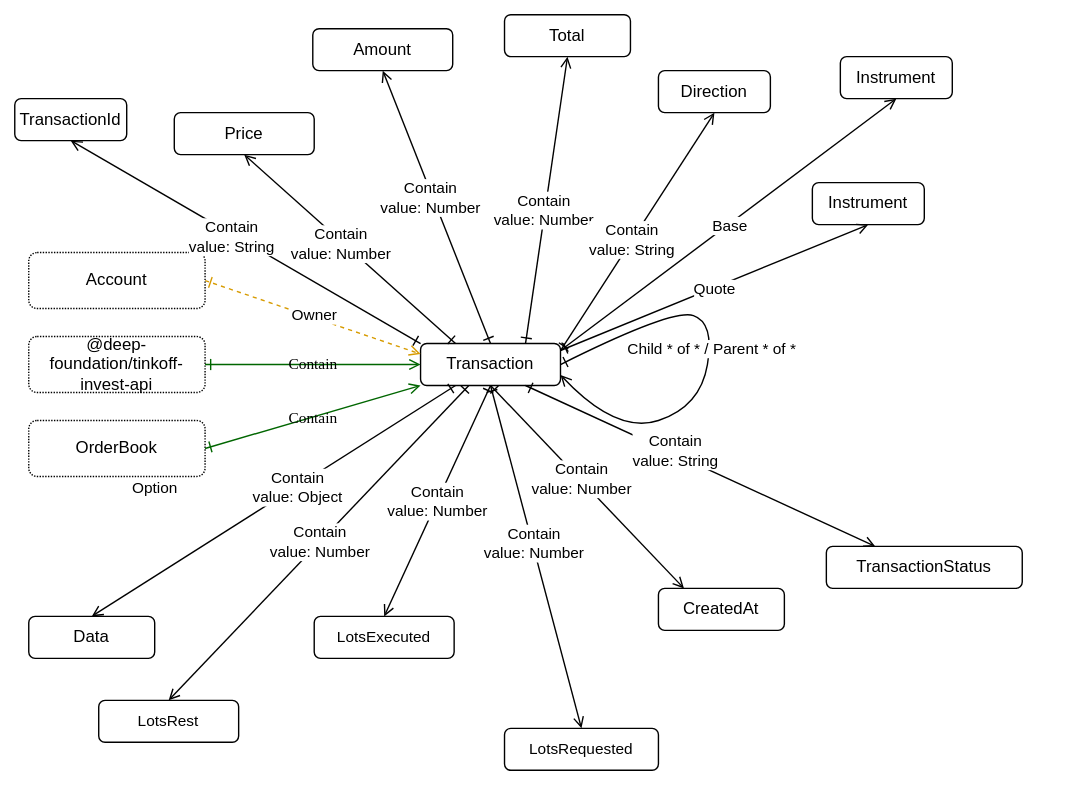
Earlier version of the draw.io export src/transaction/Transaction.drawio.svg (suenot/deep-tinkoff-invest-api). Source tidied: cells renumbered, new cells last; positions are measured from the earlier drawing's top-left corner, leaving out a move shared by most shapes.
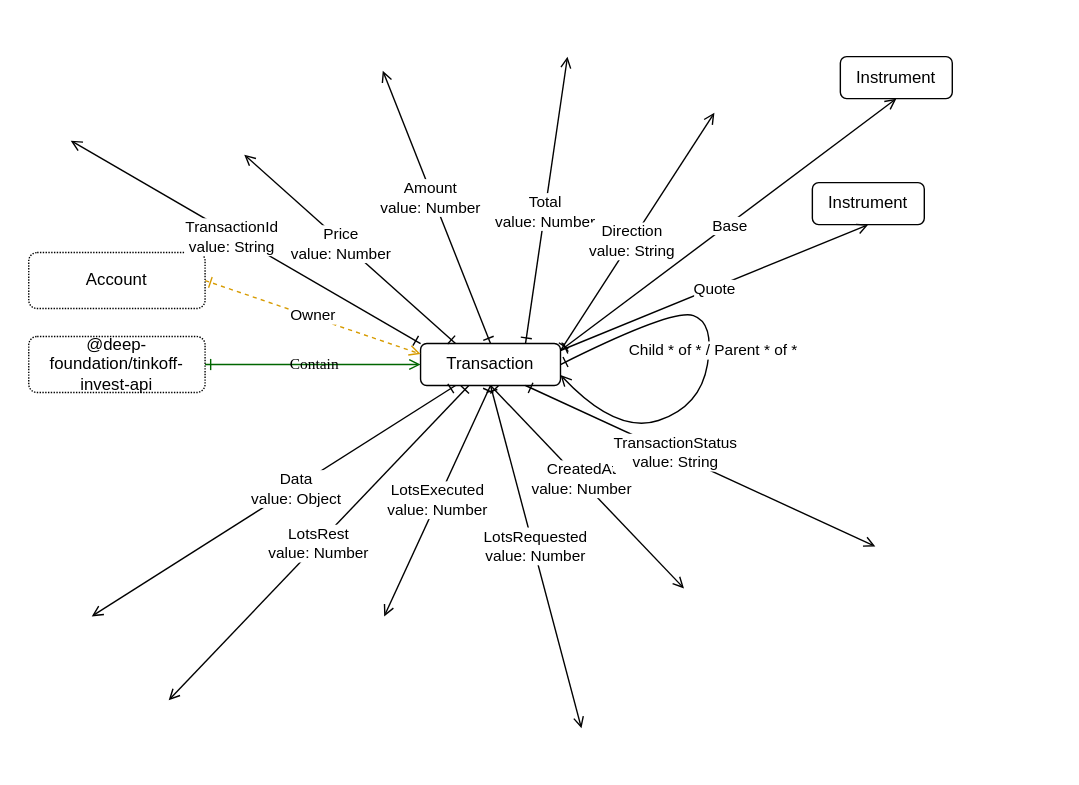
After the commit.

Commit message:
account, transaction

Diff of the diagram source:
```diff
@@ -5,47 +5,42 @@
     <mxCell id="2" style="rounded=0;whiteSpace=wrap;html=1;strokeColor=none;" parent="1" vertex="1">
       <mxGeometry width="770" height="560" as="geometry" />
     </mxCell>
-    <mxCell id="3" style="edgeStyle=none;html=1;exitX=0.5;exitY=0;exitDx=0;exitDy=0;entryX=0.5;entryY=1;entryDx=0;entryDy=0;startArrow=ERone;startFill=0;endArrow=open;endFill=0;" parent="1" edge="1" source="5" target="6">
-      <mxGeometry relative="1" as="geometry" />
+    <mxCell id="3" style="edgeStyle=none;html=1;exitX=0.5;exitY=0;exitDx=0;exitDy=0;entryX=0.5;entryY=1;entryDx=0;entryDy=0;startArrow=ERone;startFill=0;endArrow=open;endFill=0;" parent="1" edge="1" source="5">
+      <mxGeometry relative="1" as="geometry">
+        <mxPoint x="273" y="50" as="targetPoint" />
+      </mxGeometry>
     </mxCell>
-    <mxCell id="4" value="Contain&lt;br&gt;value: Number" style="edgeLabel;html=1;align=center;verticalAlign=middle;" parent="3" vertex="1">
+    <mxCell id="4" value="Amount&lt;br&gt;value: Number" style="edgeLabel;html=1;align=center;verticalAlign=middle;" parent="3" vertex="1">
       <mxGeometry x="0.08" y="2" relative="1" as="geometry" />
     </mxCell>
     <mxCell id="5" value="Transaction" style="rounded=1;whiteSpace=wrap;html=1;labelBackgroundColor=none;" parent="1" vertex="1">
       <mxGeometry x="300" y="245" width="100" height="30" as="geometry" />
     </mxCell>
-    <mxCell id="6" value="Amount" style="rounded=1;whiteSpace=wrap;html=1;labelBackgroundColor=none;" parent="1" vertex="1">
-      <mxGeometry x="223" y="20" width="100" height="30" as="geometry" />
-    </mxCell>
-    <mxCell id="7" style="edgeStyle=none;html=1;exitX=0.75;exitY=0;exitDx=0;exitDy=0;startArrow=ERone;startFill=0;entryX=0.5;entryY=1;entryDx=0;entryDy=0;endArrow=open;endFill=0;" parent="1" edge="1" source="5" target="9">
-      <mxGeometry relative="1" as="geometry" />
+    <mxCell id="7" style="edgeStyle=none;html=1;exitX=0.75;exitY=0;exitDx=0;exitDy=0;startArrow=ERone;startFill=0;entryX=0.5;entryY=1;entryDx=0;entryDy=0;endArrow=open;endFill=0;" parent="1" edge="1" source="5">
+      <mxGeometry relative="1" as="geometry">
+        <mxPoint x="405" y="40" as="targetPoint" />
+      </mxGeometry>
     </mxCell>
-    <mxCell id="8" value="Contain&lt;br&gt;value: Number" style="edgeLabel;html=1;align=center;verticalAlign=middle;" parent="7" vertex="1">
+    <mxCell id="8" value="Total&lt;br&gt;value: Number" style="edgeLabel;html=1;align=center;verticalAlign=middle;" parent="7" vertex="1">
       <mxGeometry x="-0.07" y="1" relative="1" as="geometry" />
     </mxCell>
-    <mxCell id="9" value="Total" style="rounded=1;whiteSpace=wrap;html=1;labelBackgroundColor=none;" parent="1" vertex="1">
-      <mxGeometry x="360" y="10" width="90" height="30" as="geometry" />
-    </mxCell>
-    <mxCell id="10" value="Direction" style="rounded=1;whiteSpace=wrap;html=1;labelBackgroundColor=none;" parent="1" vertex="1">
-      <mxGeometry x="470" y="50" width="80" height="30" as="geometry" />
-    </mxCell>
-    <mxCell id="11" style="edgeStyle=none;html=1;startArrow=ERone;startFill=0;entryX=0.5;entryY=1;entryDx=0;entryDy=0;endArrow=open;endFill=0;strokeColor=#000000;" parent="1" edge="1" target="10">
+    <mxCell id="11" style="edgeStyle=none;html=1;startArrow=ERone;startFill=0;entryX=0.5;entryY=1;entryDx=0;entryDy=0;endArrow=open;endFill=0;strokeColor=#000000;" parent="1" edge="1">
       <mxGeometry relative="1" as="geometry">
         <mxPoint x="400" y="250" as="sourcePoint" />
+        <mxPoint x="510" y="80" as="targetPoint" />
       </mxGeometry>
     </mxCell>
-    <mxCell id="12" value="Contain&lt;br&gt;value: String" style="edgeLabel;html=1;align=center;verticalAlign=middle;" parent="11" vertex="1">
+    <mxCell id="12" value="Direction&lt;br&gt;value: String" style="edgeLabel;html=1;align=center;verticalAlign=middle;" parent="11" vertex="1">
       <mxGeometry x="-0.07" y="1" relative="1" as="geometry" />
     </mxCell>
-    <mxCell id="13" style="edgeStyle=none;html=1;exitX=0.25;exitY=0;exitDx=0;exitDy=0;startArrow=ERone;startFill=0;endArrow=open;endFill=0;entryX=0.5;entryY=1;entryDx=0;entryDy=0;" parent="1" edge="1" source="5" target="15">
-      <mxGeometry relative="1" as="geometry" />
+    <mxCell id="13" style="edgeStyle=none;html=1;exitX=0.25;exitY=0;exitDx=0;exitDy=0;startArrow=ERone;startFill=0;endArrow=open;endFill=0;entryX=0.5;entryY=1;entryDx=0;entryDy=0;" parent="1" edge="1" source="5">
+      <mxGeometry relative="1" as="geometry">
+        <mxPoint x="174" y="110" as="targetPoint" />
+      </mxGeometry>
     </mxCell>
-    <mxCell id="14" value="Contain&lt;br&gt;value: Number" style="edgeLabel;html=1;align=center;verticalAlign=middle;" parent="13" vertex="1">
+    <mxCell id="14" value="Price&lt;br&gt;value: Number" style="edgeLabel;html=1;align=center;verticalAlign=middle;" parent="13" vertex="1">
       <mxGeometry x="0.08" y="2" relative="1" as="geometry" />
     </mxCell>
-    <mxCell id="15" value="Price" style="rounded=1;whiteSpace=wrap;html=1;labelBackgroundColor=none;" parent="1" vertex="1">
-      <mxGeometry x="124" y="80" width="100" height="30" as="geometry" />
-    </mxCell>
     <mxCell id="16" style="edgeStyle=none;html=1;exitX=1;exitY=0.5;exitDx=0;exitDy=0;startArrow=ERone;startFill=0;entryX=0;entryY=0.25;entryDx=0;entryDy=0;endArrow=open;endFill=0;dashed=1;strokeColor=#D79B00;" parent="1" edge="1" source="18" target="5">
       <mxGeometry relative="1" as="geometry" />
     </mxCell>
@@ -61,61 +56,49 @@
     <mxCell id="20" value="Contain" style="jettySize=auto;html=1;shadow=0;labelBackgroundColor=none;startArrow=ERone;startFill=0;endArrow=open;endFill=0;fontColor=#000000;fontFamily=Comic Sans MS;entryX=0;entryY=0.5;entryDx=0;entryDy=0;exitX=1;exitY=0.5;exitDx=0;exitDy=0;strokeColor=#006600;" parent="1" edge="1" source="19" target="5">
       <mxGeometry relative="1" as="geometry" />
     </mxCell>
-    <mxCell id="21" value="CreatedAt" style="rounded=1;whiteSpace=wrap;html=1;labelBackgroundColor=none;" parent="1" vertex="1">
-      <mxGeometry x="470" y="420" width="90" height="30" as="geometry" />
-    </mxCell>
-    <mxCell id="22" style="edgeStyle=none;html=1;exitX=0.5;exitY=1;exitDx=0;exitDy=0;startArrow=ERone;startFill=0;entryX=0.203;entryY=0;entryDx=0;entryDy=0;endArrow=open;endFill=0;entryPerimeter=0;strokeColor=#000000;" parent="1" edge="1" source="5" target="21">
-      <mxGeometry relative="1" as="geometry" />
+    <mxCell id="22" style="edgeStyle=none;html=1;exitX=0.5;exitY=1;exitDx=0;exitDy=0;startArrow=ERone;startFill=0;entryX=0.203;entryY=0;entryDx=0;entryDy=0;endArrow=open;endFill=0;entryPerimeter=0;strokeColor=#000000;" parent="1" edge="1" source="5">
+      <mxGeometry relative="1" as="geometry">
+        <mxPoint x="488.3" y="420" as="targetPoint" />
+      </mxGeometry>
     </mxCell>
-    <mxCell id="23" value="Contain&lt;br&gt;value: Number" style="edgeLabel;html=1;align=center;verticalAlign=middle;" parent="22" vertex="1">
+    <mxCell id="23" value="CreatedAt&lt;br&gt;value: Number" style="edgeLabel;html=1;align=center;verticalAlign=middle;" parent="22" vertex="1">
       <mxGeometry x="-0.07" y="1" relative="1" as="geometry" />
     </mxCell>
-    <mxCell id="24" value="OrderBook" style="rounded=1;whiteSpace=wrap;html=1;labelBackgroundColor=none;dashed=1;dashPattern=1 1;" parent="1" vertex="1">
-      <mxGeometry x="20" y="300" width="126" height="40" as="geometry" />
-    </mxCell>
-    <mxCell id="25" value="Contain" style="jettySize=auto;html=1;shadow=0;labelBackgroundColor=none;startArrow=ERone;startFill=0;endArrow=open;endFill=0;fontColor=#000000;fontFamily=Comic Sans MS;entryX=0;entryY=1;entryDx=0;entryDy=0;exitX=1;exitY=0.5;exitDx=0;exitDy=0;strokeColor=#006600;" parent="1" edge="1" source="24" target="5">
-      <mxGeometry relative="1" as="geometry" />
-    </mxCell>
-    <mxCell id="26" value="TransactionId" style="rounded=1;whiteSpace=wrap;html=1;labelBackgroundColor=none;" parent="1" vertex="1">
-      <mxGeometry x="10" y="70" width="80" height="30" as="geometry" />
-    </mxCell>
-    <mxCell id="27" style="edgeStyle=none;html=1;exitX=0;exitY=0;exitDx=0;exitDy=0;startArrow=ERone;startFill=0;endArrow=open;endFill=0;entryX=0.5;entryY=1;entryDx=0;entryDy=0;" parent="1" edge="1" source="5" target="26">
-      <mxGeometry relative="1" as="geometry" />
+    <mxCell id="27" style="edgeStyle=none;html=1;exitX=0;exitY=0;exitDx=0;exitDy=0;startArrow=ERone;startFill=0;endArrow=open;endFill=0;entryX=0.5;entryY=1;entryDx=0;entryDy=0;" parent="1" edge="1" source="5">
+      <mxGeometry relative="1" as="geometry">
+        <mxPoint x="50" y="100" as="targetPoint" />
+      </mxGeometry>
     </mxCell>
-    <mxCell id="28" value="Contain&lt;br&gt;value: String" style="edgeLabel;html=1;align=center;verticalAlign=middle;" parent="27" vertex="1">
+    <mxCell id="28" value="TransactionId&lt;br&gt;value: String" style="edgeLabel;html=1;align=center;verticalAlign=middle;" parent="27" vertex="1">
       <mxGeometry x="0.08" y="2" relative="1" as="geometry" />
     </mxCell>
-    <mxCell id="29" value="&lt;span style=&quot;font-size: 11px ; background-color: rgb(255 , 255 , 255)&quot;&gt;LotsRequested&lt;/span&gt;" style="rounded=1;whiteSpace=wrap;html=1;labelBackgroundColor=none;" parent="1" vertex="1">
-      <mxGeometry x="360" y="520" width="110" height="30" as="geometry" />
-    </mxCell>
-    <mxCell id="30" style="edgeStyle=none;html=1;exitX=0.5;exitY=1;exitDx=0;exitDy=0;startArrow=ERone;startFill=0;entryX=0.5;entryY=0;entryDx=0;entryDy=0;endArrow=open;endFill=0;strokeColor=#000000;" parent="1" edge="1" source="5" target="29">
-      <mxGeometry relative="1" as="geometry" />
+    <mxCell id="30" style="edgeStyle=none;html=1;exitX=0.5;exitY=1;exitDx=0;exitDy=0;startArrow=ERone;startFill=0;entryX=0.5;entryY=0;entryDx=0;entryDy=0;endArrow=open;endFill=0;strokeColor=#000000;" parent="1" edge="1" source="5">
+      <mxGeometry relative="1" as="geometry">
+        <mxPoint x="415" y="520" as="targetPoint" />
+      </mxGeometry>
     </mxCell>
-    <mxCell id="31" value="Contain&lt;br&gt;value: Number" style="edgeLabel;html=1;align=center;verticalAlign=middle;" parent="30" vertex="1">
+    <mxCell id="31" value="LotsRequested&lt;br&gt;value: Number" style="edgeLabel;html=1;align=center;verticalAlign=middle;" parent="30" vertex="1">
       <mxGeometry x="-0.07" y="1" relative="1" as="geometry" />
     </mxCell>
-    <mxCell id="32" value="&lt;span style=&quot;font-size: 11px ; background-color: rgb(255 , 255 , 255)&quot;&gt;LotsExecuted&lt;/span&gt;" style="rounded=1;whiteSpace=wrap;html=1;labelBackgroundColor=none;" parent="1" vertex="1">
-      <mxGeometry x="224" y="440" width="100" height="30" as="geometry" />
-    </mxCell>
-    <mxCell id="33" value="Contain&lt;br&gt;value: Number" style="edgeStyle=none;html=1;exitX=0.5;exitY=1;exitDx=0;exitDy=0;startArrow=ERone;startFill=0;entryX=0.5;entryY=0;entryDx=0;entryDy=0;endArrow=open;endFill=0;strokeColor=#000000;" parent="1" edge="1" source="5" target="32">
-      <mxGeometry relative="1" as="geometry" />
+    <mxCell id="33" value="LotsExecuted&lt;br&gt;value: Number" style="edgeStyle=none;html=1;exitX=0.5;exitY=1;exitDx=0;exitDy=0;startArrow=ERone;startFill=0;entryX=0.5;entryY=0;entryDx=0;entryDy=0;endArrow=open;endFill=0;strokeColor=#000000;" parent="1" edge="1" source="5">
+      <mxGeometry relative="1" as="geometry">
+        <mxPoint x="274" y="440" as="targetPoint" />
+      </mxGeometry>
     </mxCell>
-    <mxCell id="34" value="Data" style="rounded=1;whiteSpace=wrap;html=1;labelBackgroundColor=none;" parent="1" vertex="1">
-      <mxGeometry x="20" y="440" width="90" height="30" as="geometry" />
-    </mxCell>
-    <mxCell id="35" style="edgeStyle=none;html=1;exitX=0.25;exitY=1;exitDx=0;exitDy=0;startArrow=ERone;startFill=0;entryX=0.5;entryY=0;entryDx=0;entryDy=0;endArrow=open;endFill=0;" parent="1" edge="1" source="5" target="34">
-      <mxGeometry relative="1" as="geometry" />
+    <mxCell id="35" style="edgeStyle=none;html=1;exitX=0.25;exitY=1;exitDx=0;exitDy=0;startArrow=ERone;startFill=0;entryX=0.5;entryY=0;entryDx=0;entryDy=0;endArrow=open;endFill=0;" parent="1" edge="1" source="5">
+      <mxGeometry relative="1" as="geometry">
+        <mxPoint x="65" y="440" as="targetPoint" />
+      </mxGeometry>
     </mxCell>
-    <mxCell id="36" value="Contain&lt;br&gt;value: Object" style="edgeLabel;html=1;align=center;verticalAlign=middle;" parent="35" vertex="1">
+    <mxCell id="36" value="Data&lt;br&gt;value: Object" style="edgeLabel;html=1;align=center;verticalAlign=middle;" parent="35" vertex="1">
       <mxGeometry x="-0.12" relative="1" as="geometry" />
     </mxCell>
-    <mxCell id="37" value="&lt;span&gt;TransactionStatus&lt;/span&gt;" style="rounded=1;whiteSpace=wrap;html=1;labelBackgroundColor=none;" parent="1" vertex="1">
-      <mxGeometry x="590" y="390" width="140" height="30" as="geometry" />
-    </mxCell>
-    <mxCell id="38" style="edgeStyle=none;html=1;exitX=0.75;exitY=1;exitDx=0;exitDy=0;startArrow=ERone;startFill=0;entryX=0.25;entryY=0;entryDx=0;entryDy=0;endArrow=open;endFill=0;strokeColor=#000000;" parent="1" edge="1" source="5" target="37">
-      <mxGeometry relative="1" as="geometry" />
+    <mxCell id="38" style="edgeStyle=none;html=1;exitX=0.75;exitY=1;exitDx=0;exitDy=0;startArrow=ERone;startFill=0;entryX=0.25;entryY=0;entryDx=0;entryDy=0;endArrow=open;endFill=0;strokeColor=#000000;" parent="1" edge="1" source="5">
+      <mxGeometry relative="1" as="geometry">
+        <mxPoint x="625" y="390" as="targetPoint" />
+      </mxGeometry>
     </mxCell>
-    <mxCell id="39" value="Contain&lt;br&gt;value: String" style="edgeLabel;html=1;align=center;verticalAlign=middle;" parent="38" vertex="1">
+    <mxCell id="39" value="TransactionStatus&lt;br&gt;value: String" style="edgeLabel;html=1;align=center;verticalAlign=middle;" parent="38" vertex="1">
       <mxGeometry x="-0.16" y="2" relative="1" as="geometry" />
     </mxCell>
     <mxCell id="40" style="edgeStyle=none;html=1;startArrow=ERone;startFill=0;endArrow=open;endFill=0;strokeColor=#000000;exitX=1;exitY=0.5;exitDx=0;exitDy=0;curved=1;entryX=1;entryY=0.75;entryDx=0;entryDy=0;" parent="1" edge="1" source="5" target="5">
@@ -153,14 +136,10 @@
     <mxCell id="47" value="Base" style="edgeLabel;html=1;align=center;verticalAlign=middle;" parent="46" vertex="1">
       <mxGeometry relative="1" as="geometry" />
     </mxCell>
-    <mxCell id="48" value="&lt;span style=&quot;font-size: 11px ; background-color: rgb(255 , 255 , 255)&quot;&gt;LotsRest&lt;/span&gt;" style="rounded=1;whiteSpace=wrap;html=1;labelBackgroundColor=none;" parent="1" vertex="1">
-      <mxGeometry x="70" y="500" width="100" height="30" as="geometry" />
-    </mxCell>
-    <mxCell id="49" value="Contain&lt;br&gt;value: Number" style="edgeStyle=none;html=1;exitX=0.345;exitY=1;exitDx=0;exitDy=0;startArrow=ERone;startFill=0;entryX=0.5;entryY=0;entryDx=0;entryDy=0;endArrow=open;endFill=0;strokeColor=#000000;exitPerimeter=0;" parent="1" edge="1" source="5" target="48">
-      <mxGeometry relative="1" as="geometry" />
+    <mxCell id="49" value="LotsRest&lt;br&gt;value: Number" style="edgeStyle=none;html=1;exitX=0.345;exitY=1;exitDx=0;exitDy=0;startArrow=ERone;startFill=0;entryX=0.5;entryY=0;entryDx=0;entryDy=0;endArrow=open;endFill=0;strokeColor=#000000;exitPerimeter=0;" parent="1" edge="1" source="5">
+      <mxGeometry relative="1" as="geometry">
+        <mxPoint x="120" y="500" as="targetPoint" />
+      </mxGeometry>
     </mxCell>
-    <mxCell id="50" value="Option" style="edgeLabel;html=1;align=center;verticalAlign=middle;" parent="1" vertex="1">
-      <mxGeometry x="110" y="347.3" as="geometry" />
-    </mxCell>
   </root>
 </mxGraphModel>
```
